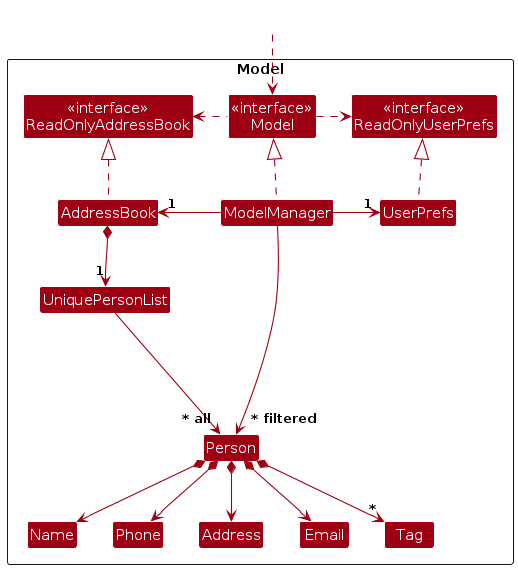
Before: diagrams/ModelClassDiagram.png, a diagram exported from PlantUML (AY2627S1-CS2103T-W08-1/tp). Its source is kept beside it as diagrams/ModelClassDiagram.puml.
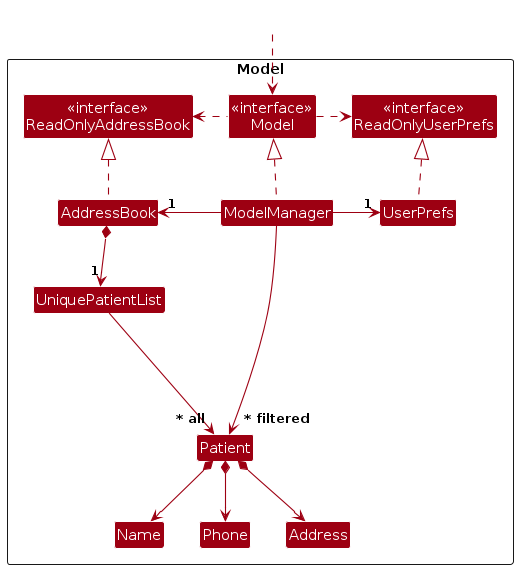
Above is the later version.

Diff of the diagram source:
```diff
@@ -12,13 +12,17 @@
 Class ModelManager
 Class UserPrefs
 
-Class UniquePersonList
-Class Person
+Class UniquePatientList
+Class Patient {
+  String nric
+  String dob
+  List<String> medications
+  List<String> allergens
+  List<String> careInstructions
+}
 Class Address
-Class Email
 Class Name
 Class Phone
-Class Tag
 
 Class I #FFFFFF
 }
@@ -35,20 +39,17 @@
 ModelManager -right-> "1" UserPrefs
 UserPrefs .up.|> ReadOnlyUserPrefs
 
-AddressBook *--> "1" UniquePersonList
-UniquePersonList --> "~* all" Person
-Person *--> Name
-Person *--> Phone
-Person *--> Email
-Person *--> Address
-Person *--> "*" Tag
+AddressBook *--> "1" UniquePatientList
+UniquePatientList --> "~* all" Patient
+Patient *--> Name
+Patient *--> Phone
+Patient *--> Address
 
-Person -[hidden]up--> I
-UniquePersonList -[hidden]right-> I
+Patient -[hidden]up--> I
+UniquePatientList -[hidden]right-> I
 
 Name -[hidden]right-> Phone
 Phone -[hidden]right-> Address
-Address -[hidden]right-> Email
 
-ModelManager --> "~* filtered" Person
+ModelManager --> "~* filtered" Patient
 @enduml
```
